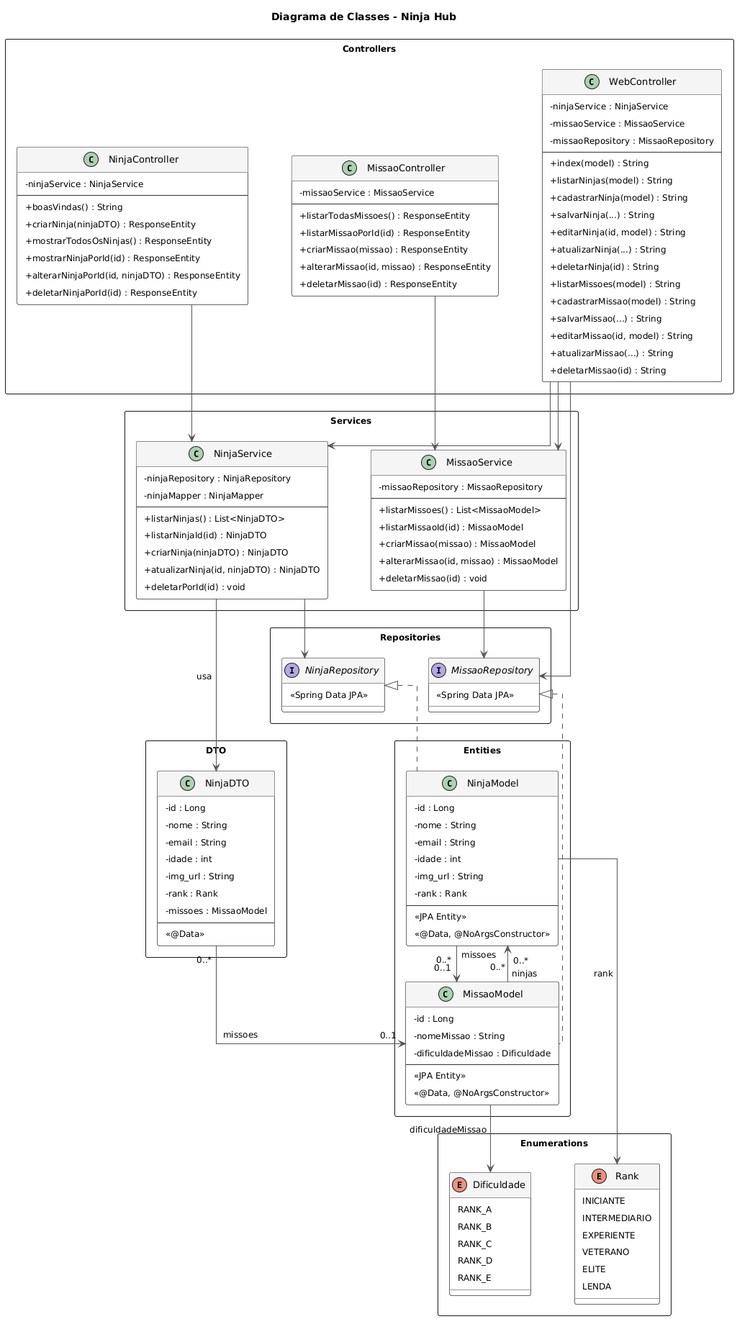
Before: docs/diagrama.png, a diagram exported from PlantUML (gustavofjacome/CadastroNinjasAPI). The source it was exported from:
```plantuml
@startuml
skinparam classAttributeIconSize 0
skinparam linetype ortho
skinparam nodesep 60
skinparam ranksep 50
skinparam padding 5
skinparam defaultFontSize 12

skinparam class {
  BackgroundColor #FEFEFE
  BorderColor #333333
  ArrowColor #555555
  HeaderBackgroundColor #F5F5F5
  FontSize 13
}

skinparam enum {
  BackgroundColor #FFF8E1
  BorderColor #FFB300
}

skinparam note {
  BackgroundColor #FFFDE7
  BorderColor #FBC02D
}

title Diagrama de Classes - Ninja Hub

package "Entities" <<Rectangle>> {
  class NinjaModel {
    - id : Long
    - nome : String
    - email : String
    - idade : int
    - img_url : String
    - rank : Rank
    --
    <<JPA Entity>>
    <<@Data, @NoArgsConstructor>>
  }

  class MissaoModel {
    - id : Long
    - nomeMissao : String
    - dificuldadeMissao : Dificuldade
    --
    <<JPA Entity>>
    <<@Data, @NoArgsConstructor>>
  }
}

package "DTO" <<Rectangle>> {
  class NinjaDTO {
    - id : Long
    - nome : String
    - email : String
    - idade : int
    - img_url : String
    - rank : Rank
    - missoes : MissaoModel
    --
    <<@Data>>
  }
}

package "Enumerations" <<Rectangle>> {
  enum Dificuldade {
    RANK_A
    RANK_B
    RANK_C
    RANK_D
    RANK_E
  }

  enum Rank {
    INICIANTE
    INTERMEDIARIO
    EXPERIENTE
    VETERANO
    ELITE
    LENDA
  }
}

package "Repositories" <<Rectangle>> {
  interface NinjaRepository {
    <<Spring Data JPA>>
  }

  interface MissaoRepository {
    <<Spring Data JPA>>
  }
}

package "Services" <<Rectangle>> {
  class NinjaService {
    - ninjaRepository : NinjaRepository
    - ninjaMapper : NinjaMapper
    --
    + listarNinjas() : List<NinjaDTO>
    + listarNinjaId(id) : NinjaDTO
    + criarNinja(ninjaDTO) : NinjaDTO
    + atualizarNinja(id, ninjaDTO) : NinjaDTO
    + deletarPorId(id) : void
  }

  class MissaoService {
    - missaoRepository : MissaoRepository
    --
    + listarMissoes() : List<MissaoModel>
    + listarMissaoId(id) : MissaoModel
    + criarMissao(missao) : MissaoModel
    + alterarMissao(id, missao) : MissaoModel
    + deletarMissao(id) : void
  }
}

package "Controllers" <<Rectangle>> {
  class NinjaController {
    - ninjaService : NinjaService
    --
    + boasVindas() : String
    + criarNinja(ninjaDTO) : ResponseEntity
    + mostrarTodosOsNinjas() : ResponseEntity
    + mostrarNinjaPorId(id) : ResponseEntity
    + alterarNinjaPorId(id, ninjaDTO) : ResponseEntity
    + deletarNinjaPorId(id) : ResponseEntity
  }

  class MissaoController {
    - missaoService : MissaoService
    --
    + listarTodasMissoes() : ResponseEntity
    + listarMissaoPorId(id) : ResponseEntity
    + criarMissao(missao) : ResponseEntity
    + alterarMissao(id, missao) : ResponseEntity
    + deletarMissao(id) : ResponseEntity
  }

  class WebController {
    - ninjaService : NinjaService
    - missaoService : MissaoService
    - missaoRepository : MissaoRepository
    --
    + index(model) : String
    + listarNinjas(model) : String
    + cadastrarNinja(model) : String
    + salvarNinja(...) : String
    + editarNinja(id, model) : String
    + atualizarNinja(...) : String
    + deletarNinja(id) : String
    + listarMissoes(model) : String
    + cadastrarMissao(model) : String
    + salvarMissao(...) : String
    + editarMissao(id, model) : String
    + atualizarMissao(...) : String
    + deletarMissao(id) : String
  }
}

NinjaModel "0..*" --> "0..1" MissaoModel : missoes
NinjaModel --> Rank : rank
NinjaDTO "0..*" --> "0..1" MissaoModel : missoes
MissaoModel "0..*" --> "0..*" NinjaModel : ninjas
MissaoModel --> Dificuldade : dificuldadeMissao

NinjaRepository <|.. NinjaModel
MissaoRepository <|.. MissaoModel

NinjaService --> NinjaRepository
NinjaService --> NinjaDTO : usa
MissaoService --> MissaoRepository

NinjaController --> NinjaService
MissaoController --> MissaoService
WebController --> NinjaService
WebController --> MissaoService
WebController --> MissaoRepository
@enduml
```
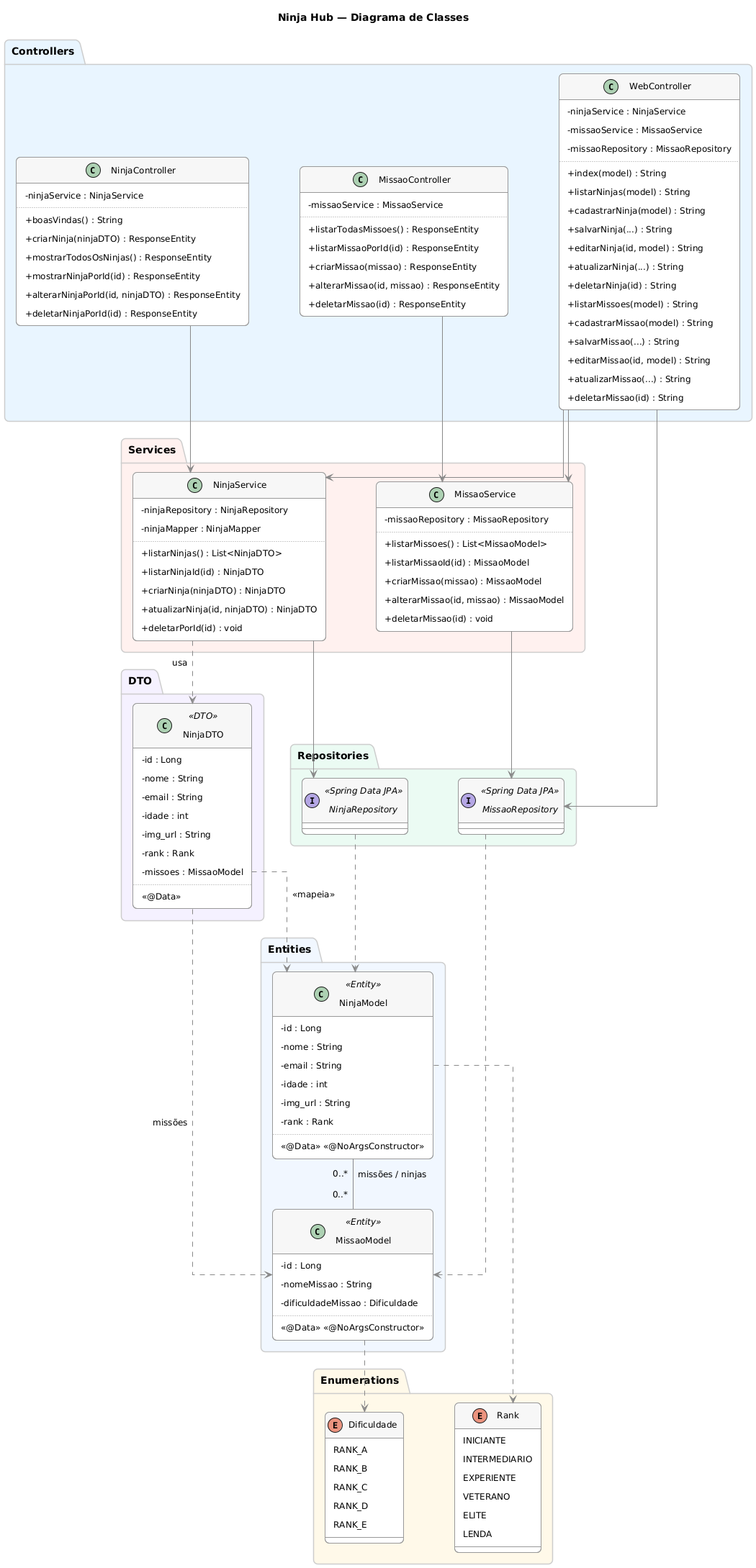
Later version of the same file.

Commit message:
refactor: melhorando o diagrama de classes

Diff of the diagram source:
```diff
@@ -1,56 +1,66 @@
 @startuml
 skinparam classAttributeIconSize 0
 skinparam linetype ortho
-skinparam nodesep 60
-skinparam ranksep 50
-skinparam padding 5
+skinparam nodesep 70
+skinparam ranksep 70
+skinparam padding 6
+skinparam roundCorner 12
+skinparam shadowing false
+skinparam defaultFontName Helvetica
 skinparam defaultFontSize 12
 
 skinparam class {
-  BackgroundColor #FEFEFE
-  BorderColor #333333
-  ArrowColor #555555
-  HeaderBackgroundColor #F5F5F5
+  BackgroundColor #FFFFFF
+  BorderColor #999999
+  ArrowColor #888888
+  HeaderBackgroundColor #F7F7F7
   FontSize 13
+  AttributeFontSize 12
+  BorderThickness 1
 }
-
+skinparam package {
+  BackgroundColor #FAFAFA
+  BorderColor #CCCCCC
+  FontSize 14
+  FontStyle bold
+}
 skinparam enum {
-  BackgroundColor #FFF8E1
-  BorderColor #FFB300
+  BackgroundColor #FFF3D6
+  BorderColor #E8A33D
 }
-
+skinparam interface {
+  BackgroundColor #E8F0FE
+  BorderColor #7AA6E8
+}
 skinparam note {
   BackgroundColor #FFFDE7
   BorderColor #FBC02D
 }
 
-title Diagrama de Classes - Ninja Hub
+title Ninja Hub — Diagrama de Classes
 
-package "Entities" <<Rectangle>> {
-  class NinjaModel {
+package "Entities" #F0F7FF {
+  class NinjaModel <<Entity>> {
     - id : Long
     - nome : String
     - email : String
     - idade : int
     - img_url : String
     - rank : Rank
-    --
-    <<JPA Entity>>
-    <<@Data, @NoArgsConstructor>>
+    ..
+    <<@Data>> <<@NoArgsConstructor>>
   }
-
-  class MissaoModel {
+  class MissaoModel <<Entity>> {
     - id : Long
     - nomeMissao : String
     - dificuldadeMissao : Dificuldade
-    --
-    <<JPA Entity>>
-    <<@Data, @NoArgsConstructor>>
+    ..
+    <<@Data>> <<@NoArgsConstructor>>
   }
 }
 
-package "DTO" <<Rectangle>> {
-  class NinjaDTO {
+package "DTO" #F5F0FF {
+  class NinjaDTO <<DTO>> {
     - id : Long
     - nome : String
     - email : String
@@ -58,20 +68,12 @@
     - img_url : String
     - rank : Rank
     - missoes : MissaoModel
-    --
+    ..
     <<@Data>>
   }
 }
 
-package "Enumerations" <<Rectangle>> {
-  enum Dificuldade {
-    RANK_A
-    RANK_B
-    RANK_C
-    RANK_D
-    RANK_E
-  }
-
+package "Enumerations" #FFF8E8 {
   enum Rank {
     INICIANTE
     INTERMEDIARIO
@@ -80,33 +82,34 @@
     ELITE
     LENDA
   }
-}
-
-package "Repositories" <<Rectangle>> {
-  interface NinjaRepository {
-    <<Spring Data JPA>>
-  }
-
-  interface MissaoRepository {
-    <<Spring Data JPA>>
+  enum Dificuldade {
+    RANK_A
+    RANK_B
+    RANK_C
+    RANK_D
+    RANK_E
   }
 }
 
-package "Services" <<Rectangle>> {
+package "Repositories" #EAFBF3 {
+  interface NinjaRepository <<Spring Data JPA>>
+  interface MissaoRepository <<Spring Data JPA>>
+}
+
+package "Services" #FFF0EE {
   class NinjaService {
     - ninjaRepository : NinjaRepository
     - ninjaMapper : NinjaMapper
-    --
+    ..
     + listarNinjas() : List<NinjaDTO>
     + listarNinjaId(id) : NinjaDTO
     + criarNinja(ninjaDTO) : NinjaDTO
     + atualizarNinja(id, ninjaDTO) : NinjaDTO
     + deletarPorId(id) : void
   }
-
   class MissaoService {
     - missaoRepository : MissaoRepository
-    --
+    ..
     + listarMissoes() : List<MissaoModel>
     + listarMissaoId(id) : MissaoModel
     + criarMissao(missao) : MissaoModel
@@ -115,10 +118,10 @@
   }
 }
 
-package "Controllers" <<Rectangle>> {
+package "Controllers" #E8F4FF {
   class NinjaController {
     - ninjaService : NinjaService
-    --
+    ..
     + boasVindas() : String
     + criarNinja(ninjaDTO) : ResponseEntity
     + mostrarTodosOsNinjas() : ResponseEntity
@@ -126,22 +129,20 @@
     + alterarNinjaPorId(id, ninjaDTO) : ResponseEntity
     + deletarNinjaPorId(id) : ResponseEntity
   }
-
   class MissaoController {
     - missaoService : MissaoService
-    --
+    ..
     + listarTodasMissoes() : ResponseEntity
     + listarMissaoPorId(id) : ResponseEntity
     + criarMissao(missao) : ResponseEntity
     + alterarMissao(id, missao) : ResponseEntity
     + deletarMissao(id) : ResponseEntity
   }
-
   class WebController {
     - ninjaService : NinjaService
     - missaoService : MissaoService
     - missaoRepository : MissaoRepository
-    --
+    ..
     + index(model) : String
     + listarNinjas(model) : String
     + cadastrarNinja(model) : String
@@ -158,17 +159,17 @@
   }
 }
 
-NinjaModel "0..*" --> "0..1" MissaoModel : missoes
-NinjaModel --> Rank : rank
-NinjaDTO "0..*" --> "0..1" MissaoModel : missoes
-MissaoModel "0..*" --> "0..*" NinjaModel : ninjas
-MissaoModel --> Dificuldade : dificuldadeMissao
+NinjaModel "0..*" -- "0..*" MissaoModel : missões / ninjas
+NinjaModel ..> Rank
+MissaoModel ..> Dificuldade
+NinjaDTO ..> MissaoModel : missões
+NinjaDTO ..> NinjaModel : <<mapeia>>
 
-NinjaRepository <|.. NinjaModel
-MissaoRepository <|.. MissaoModel
+NinjaRepository ..> NinjaModel
+MissaoRepository ..> MissaoModel
 
 NinjaService --> NinjaRepository
-NinjaService --> NinjaDTO : usa
+NinjaService ..> NinjaDTO : usa
 MissaoService --> MissaoRepository
 
 NinjaController --> NinjaService
```
